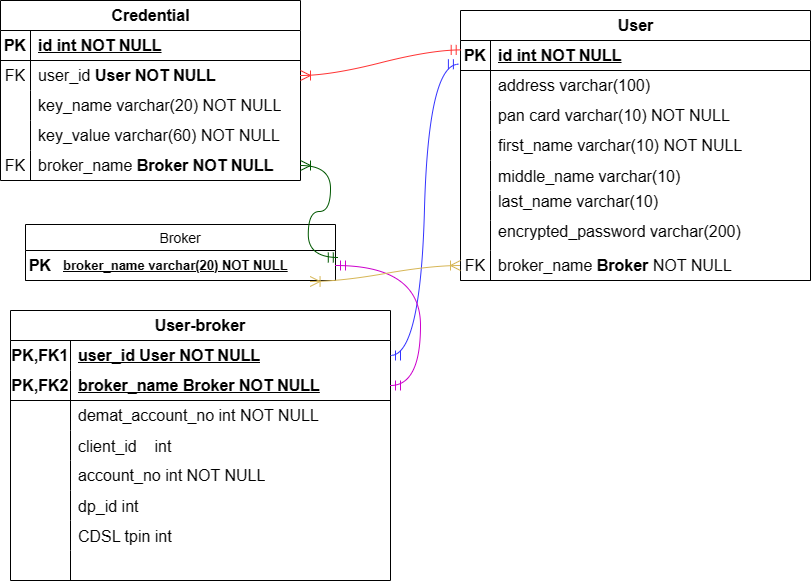
Earlier version of the draw.io export trading and logging schema design.drawio.png (ak7550/traddingAndLogging). Source tidied: cells renumbered, new cells last; positions are measured from the earlier drawing's top-left corner, leaving out a move shared by most shapes.
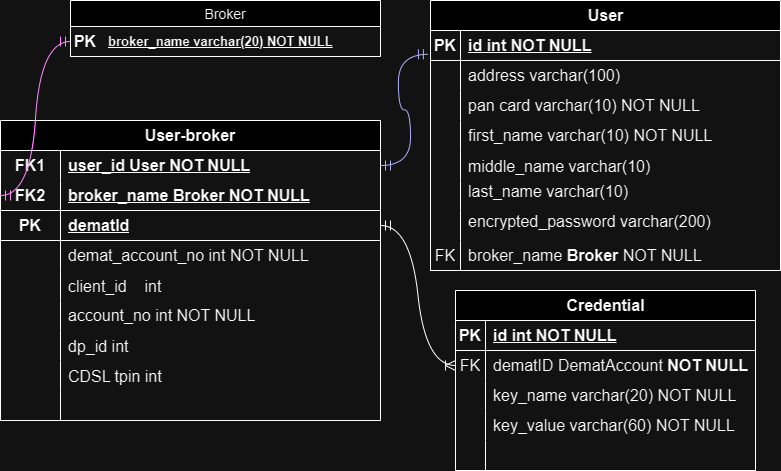
Later version of the same file.

What changed in the source:
```diff
@@ -78,7 +78,7 @@
       <mxGeometry x="30" width="320" height="30" as="geometry" />
     </mxCell>
     <mxCell id="27" value="Broker" style="swimlane;fontStyle=0;horizontal=1;startSize=26;align=center;fontSize=14;" parent="1" vertex="1">
-      <mxGeometry x="25" y="224" width="310" height="56" as="geometry" />
+      <mxGeometry x="100" y="10" width="310" height="56" as="geometry" />
     </mxCell>
     <mxCell id="28" style="shape=table;startSize=0;rowLines=0;fontStyle=0;align=center;strokeColor=none;fillColor=none;fontSize=16;" parent="27" vertex="1">
       <mxGeometry y="26" width="310" height="30" as="geometry" />
@@ -93,7 +93,7 @@
       <mxGeometry x="30" width="280" height="30" as="geometry" />
     </mxCell>
     <mxCell id="32" value="Credential" style="shape=table;startSize=30;rowLines=0;fontStyle=1;align=center;html=1;fontSize=16;" parent="1" vertex="1">
-      <mxGeometry width="300" height="180" as="geometry" />
+      <mxGeometry x="485" y="300" width="300" height="180" as="geometry" />
     </mxCell>
     <mxCell id="33" style="shape=tableRow;horizontal=0;startSize=0;swimlaneHead=0;swimlaneBody=0;fillColor=none;top=0;left=0;right=0;bottom=1;fontSize=16;" parent="32" vertex="1">
       <mxGeometry y="30" width="300" height="30" as="geometry" />
@@ -110,7 +110,7 @@
     <mxCell id="37" value="FK" style="shape=partialRectangle;fillColor=none;top=0;left=0;bottom=0;right=0;fontStyle=0;overflow=hidden;whiteSpace=wrap;html=1;fontSize=16;" parent="36" vertex="1">
       <mxGeometry width="30" height="30" as="geometry" />
     </mxCell>
-    <mxCell id="38" value="user_id &lt;b&gt;User NOT NULL&lt;/b&gt;" style="shape=partialRectangle;fillColor=none;top=0;left=0;bottom=0;right=0;align=left;spacingLeft=6;fontStyle=0;overflow=hidden;whiteSpace=wrap;html=1;fontSize=16;" parent="36" vertex="1">
+    <mxCell id="38" value="dematID DematAccount&amp;nbsp;&lt;b&gt;NOT NULL&lt;/b&gt;" style="shape=partialRectangle;fillColor=none;top=0;left=0;bottom=0;right=0;align=left;spacingLeft=6;fontStyle=0;overflow=hidden;whiteSpace=wrap;html=1;fontSize=16;" parent="36" vertex="1">
       <mxGeometry x="30" width="270" height="30" as="geometry" />
     </mxCell>
     <mxCell id="39" style="shape=tableRow;horizontal=0;startSize=0;swimlaneHead=0;swimlaneBody=0;fillColor=none;top=0;left=0;right=0;bottom=0;fontSize=16;" parent="32" vertex="1">
@@ -134,30 +134,19 @@
     <mxCell id="45" style="shape=tableRow;horizontal=0;startSize=0;swimlaneHead=0;swimlaneBody=0;fillColor=none;points=[[0,0.5],[1,0.5]];portConstraint=eastwest;top=0;left=0;right=0;bottom=0;fontSize=16;" parent="32" vertex="1">
       <mxGeometry y="150" width="300" height="30" as="geometry" />
     </mxCell>
-    <mxCell id="46" value="FK" style="shape=partialRectangle;fillColor=none;top=0;left=0;bottom=0;right=0;fontStyle=0;overflow=hidden;whiteSpace=wrap;html=1;fontSize=16;" parent="45" vertex="1">
+    <mxCell id="46" style="shape=partialRectangle;fillColor=none;top=0;left=0;bottom=0;right=0;fontStyle=0;overflow=hidden;whiteSpace=wrap;html=1;fontSize=16;" parent="45" vertex="1">
       <mxGeometry width="30" height="30" as="geometry" />
     </mxCell>
-    <mxCell id="47" value="broker_name &lt;b&gt;Broker NOT NULL&lt;/b&gt;" style="shape=partialRectangle;fillColor=none;top=0;left=0;bottom=0;right=0;align=left;spacingLeft=6;fontStyle=0;overflow=hidden;whiteSpace=wrap;html=1;fontSize=16;" parent="45" vertex="1">
+    <mxCell id="47" style="shape=partialRectangle;fillColor=none;top=0;left=0;bottom=0;right=0;align=left;spacingLeft=6;fontStyle=0;overflow=hidden;whiteSpace=wrap;html=1;fontSize=16;" parent="45" vertex="1">
       <mxGeometry x="30" width="270" height="30" as="geometry" />
     </mxCell>
-    <mxCell id="48" style="edgeStyle=entityRelationEdgeStyle;fontSize=12;html=1;endArrow=ERoneToMany;startArrow=ERmandOne;rounded=0;startSize=8;endSize=8;curved=1;exitX=1.009;exitY=0.233;exitDx=0;exitDy=0;exitPerimeter=0;strokeColor=#005700;fillColor=#008a00;" parent="1" edge="1" source="29" target="45">
-      <mxGeometry relative="1" as="geometry">
-        <Array as="points">
-          <mxPoint x="350" y="260" />
-          <mxPoint x="350" y="230" />
-        </Array>
-      </mxGeometry>
-    </mxCell>
-    <mxCell id="49" style="edgeStyle=entityRelationEdgeStyle;fontSize=12;html=1;endArrow=ERoneToMany;startArrow=ERmandOne;rounded=0;startSize=8;endSize=8;curved=1;exitX=0.002;exitY=0.313;exitDx=0;exitDy=0;exitPerimeter=0;fontColor=#FF3333;strokeColor=#FF3333;" parent="1" edge="1" source="3" target="36">
-      <mxGeometry relative="1" as="geometry" />
-    </mxCell>
     <mxCell id="50" value="User-broker" style="shape=table;startSize=30;rowLines=0;fontStyle=1;align=center;html=1;whiteSpace=wrap;fontSize=16;" parent="1" vertex="1">
-      <mxGeometry x="10" y="310" width="380" height="270" as="geometry" />
+      <mxGeometry x="30" y="130" width="380" height="300" as="geometry" />
     </mxCell>
     <mxCell id="51" style="shape=tableRow;horizontal=0;startSize=0;swimlaneHead=0;swimlaneBody=0;fillColor=none;points=[[0,0.5],[1,0.5]];portConstraint=eastwest;top=0;left=0;right=0;bottom=0;html=1;fontSize=16;" parent="50" vertex="1">
       <mxGeometry y="30" width="380" height="30" as="geometry" />
     </mxCell>
-    <mxCell id="52" value="PK,FK1" style="shape=partialRectangle;fillColor=none;top=0;left=0;bottom=0;right=0;fontStyle=1;overflow=hidden;html=1;whiteSpace=wrap;fontSize=16;" parent="51" vertex="1">
+    <mxCell id="52" value="FK1" style="shape=partialRectangle;fillColor=none;top=0;left=0;bottom=0;right=0;fontStyle=1;overflow=hidden;html=1;whiteSpace=wrap;fontSize=16;" parent="51" vertex="1">
       <mxGeometry width="60" height="30" as="geometry" />
     </mxCell>
     <mxCell id="53" value="user_id User NOT NULL" style="shape=partialRectangle;fillColor=none;top=0;left=0;bottom=0;right=0;align=left;spacingLeft=6;fontStyle=5;overflow=hidden;html=1;whiteSpace=wrap;fontSize=16;" parent="51" vertex="1">
@@ -166,14 +155,23 @@
     <mxCell id="54" style="shape=tableRow;horizontal=0;startSize=0;swimlaneHead=0;swimlaneBody=0;fillColor=none;points=[[0,0.5],[1,0.5]];portConstraint=eastwest;top=0;left=0;right=0;bottom=1;html=1;fontSize=16;" parent="50" vertex="1">
       <mxGeometry y="60" width="380" height="30" as="geometry" />
     </mxCell>
-    <mxCell id="55" value="PK,FK2" style="shape=partialRectangle;fillColor=none;top=0;left=0;bottom=0;right=0;fontStyle=1;overflow=hidden;html=1;whiteSpace=wrap;fontSize=16;" parent="54" vertex="1">
+    <mxCell id="55" value="FK2" style="shape=partialRectangle;fillColor=none;top=0;left=0;bottom=0;right=0;fontStyle=1;overflow=hidden;html=1;whiteSpace=wrap;fontSize=16;" parent="54" vertex="1">
       <mxGeometry width="60" height="30" as="geometry" />
     </mxCell>
     <mxCell id="56" value="broker_name Broker NOT NULL" style="shape=partialRectangle;fillColor=none;top=0;left=0;bottom=0;right=0;align=left;spacingLeft=6;fontStyle=5;overflow=hidden;html=1;whiteSpace=wrap;fontSize=16;" parent="54" vertex="1">
       <mxGeometry x="60" width="320" height="30" as="geometry" />
     </mxCell>
+    <mxCell id="79" style="shape=tableRow;horizontal=0;startSize=0;swimlaneHead=0;swimlaneBody=0;fillColor=none;points=[[0,0.5],[1,0.5]];portConstraint=eastwest;top=0;left=0;right=0;bottom=1;fontSize=16;" parent="50" vertex="1">
+      <mxGeometry y="90" width="380" height="30" as="geometry" />
+    </mxCell>
+    <mxCell id="80" value="PK" style="shape=partialRectangle;fillColor=none;top=0;left=0;bottom=0;right=0;fontStyle=1;overflow=hidden;whiteSpace=wrap;html=1;fontSize=16;" parent="79" vertex="1">
+      <mxGeometry width="60" height="30" as="geometry" />
+    </mxCell>
+    <mxCell id="81" value="dematId" style="shape=partialRectangle;fillColor=none;top=0;left=0;bottom=0;right=0;align=left;spacingLeft=6;fontStyle=5;overflow=hidden;whiteSpace=wrap;html=1;fontSize=16;" parent="79" vertex="1">
+      <mxGeometry x="60" width="320" height="30" as="geometry" />
+    </mxCell>
     <mxCell id="57" style="shape=tableRow;horizontal=0;startSize=0;swimlaneHead=0;swimlaneBody=0;fillColor=none;top=0;left=0;right=0;bottom=0;html=1;fontSize=16;" parent="50" vertex="1">
-      <mxGeometry y="90" width="380" height="30" as="geometry" />
+      <mxGeometry y="120" width="380" height="30" as="geometry" />
     </mxCell>
     <mxCell id="58" style="shape=partialRectangle;fillColor=none;top=0;left=0;bottom=0;right=0;overflow=hidden;html=1;whiteSpace=wrap;fontSize=16;" parent="57" vertex="1">
       <mxGeometry width="60" height="30" as="geometry" />
@@ -182,7 +180,7 @@
       <mxGeometry x="60" width="320" height="30" as="geometry" />
     </mxCell>
     <mxCell id="60" style="shape=tableRow;horizontal=0;startSize=0;swimlaneHead=0;swimlaneBody=0;fillColor=none;top=0;left=0;right=0;bottom=0;fontSize=16;" parent="50" vertex="1">
-      <mxGeometry y="120" width="380" height="30" as="geometry" />
+      <mxGeometry y="150" width="380" height="30" as="geometry" />
     </mxCell>
     <mxCell id="61" style="shape=partialRectangle;fillColor=none;top=0;left=0;bottom=0;right=0;overflow=hidden;fontSize=16;" parent="60" vertex="1">
       <mxGeometry width="60" height="30" as="geometry" />
@@ -191,7 +189,7 @@
       <mxGeometry x="60" width="320" height="30" as="geometry" />
     </mxCell>
     <mxCell id="63" style="shape=tableRow;horizontal=0;startSize=0;swimlaneHead=0;swimlaneBody=0;fillColor=none;top=0;left=0;right=0;bottom=0;html=1;fontSize=16;" parent="50" vertex="1">
-      <mxGeometry y="150" width="380" height="30" as="geometry" />
+      <mxGeometry y="180" width="380" height="30" as="geometry" />
     </mxCell>
     <mxCell id="64" style="shape=partialRectangle;fillColor=none;top=0;left=0;bottom=0;right=0;overflow=hidden;html=1;whiteSpace=wrap;fontSize=16;" parent="63" vertex="1">
       <mxGeometry width="60" height="30" as="geometry" />
@@ -200,7 +198,7 @@
       <mxGeometry x="60" width="320" height="30" as="geometry" />
     </mxCell>
     <mxCell id="66" style="shape=tableRow;horizontal=0;startSize=0;swimlaneHead=0;swimlaneBody=0;fillColor=none;top=0;left=0;right=0;bottom=0;fontSize=16;" parent="50" vertex="1">
-      <mxGeometry y="180" width="380" height="30" as="geometry" />
+      <mxGeometry y="210" width="380" height="30" as="geometry" />
     </mxCell>
     <mxCell id="67" style="shape=partialRectangle;fillColor=none;top=0;left=0;bottom=0;right=0;overflow=hidden;fontSize=16;" parent="66" vertex="1">
       <mxGeometry width="60" height="30" as="geometry" />
@@ -209,7 +207,7 @@
       <mxGeometry x="60" width="320" height="30" as="geometry" />
     </mxCell>
     <mxCell id="69" style="shape=tableRow;horizontal=0;startSize=0;swimlaneHead=0;swimlaneBody=0;fillColor=none;top=0;left=0;right=0;bottom=0;fontSize=16;" parent="50" vertex="1">
-      <mxGeometry y="210" width="380" height="30" as="geometry" />
+      <mxGeometry y="240" width="380" height="30" as="geometry" />
     </mxCell>
     <mxCell id="70" style="shape=partialRectangle;fillColor=none;top=0;left=0;bottom=0;right=0;overflow=hidden;fontSize=16;" parent="69" vertex="1">
       <mxGeometry width="60" height="30" as="geometry" />
@@ -218,7 +216,7 @@
       <mxGeometry x="60" width="320" height="30" as="geometry" />
     </mxCell>
     <mxCell id="72" style="shape=tableRow;horizontal=0;startSize=0;swimlaneHead=0;swimlaneBody=0;fillColor=none;top=0;left=0;right=0;bottom=0;fontSize=16;" parent="50" vertex="1">
-      <mxGeometry y="240" width="380" height="30" as="geometry" />
+      <mxGeometry y="270" width="380" height="30" as="geometry" />
     </mxCell>
     <mxCell id="73" style="shape=partialRectangle;fillColor=none;top=0;left=0;bottom=0;right=0;overflow=hidden;fontSize=16;" parent="72" vertex="1">
       <mxGeometry width="60" height="30" as="geometry" />
@@ -229,14 +227,20 @@
     <mxCell id="75" style="edgeStyle=entityRelationEdgeStyle;fontSize=12;html=1;endArrow=ERmandOne;startArrow=ERmandOne;rounded=0;startSize=8;endSize=8;curved=1;entryX=-0.006;entryY=0.793;entryDx=0;entryDy=0;entryPerimeter=0;strokeColor=#3333FF;" parent="1" edge="1" source="51" target="3">
       <mxGeometry relative="1" as="geometry" />
     </mxCell>
-    <mxCell id="76" style="edgeStyle=entityRelationEdgeStyle;fontSize=12;html=1;endArrow=ERmandOne;startArrow=ERmandOne;rounded=0;startSize=8;endSize=8;curved=1;exitX=1;exitY=0.5;exitDx=0;exitDy=0;strokeColor=#CC00CC;" parent="1" edge="1" source="29" target="54">
-      <mxGeometry relative="1" as="geometry" />
+    <mxCell id="76" style="edgeStyle=entityRelationEdgeStyle;fontSize=12;html=1;endArrow=ERmandOne;startArrow=ERmandOne;rounded=0;startSize=8;endSize=8;curved=1;exitX=0;exitY=0.5;exitDx=0;exitDy=0;strokeColor=#CC00CC;entryX=0;entryY=0.5;entryDx=0;entryDy=0;" parent="1" edge="1" source="29" target="54">
+      <mxGeometry relative="1" as="geometry">
+        <Array as="points">
+          <mxPoint x="20" y="150" />
+          <mxPoint x="50" y="160" />
+          <mxPoint x="65" y="187" />
+        </Array>
+      </mxGeometry>
     </mxCell>
     <mxCell id="77" style="shape=tableRow;horizontal=0;startSize=0;swimlaneHead=0;swimlaneBody=0;fillColor=none;top=0;left=0;right=0;bottom=1;fontSize=16;" parent="1" vertex="1">
       <mxGeometry x="460" y="250" width="350" height="30" as="geometry" />
     </mxCell>
-    <mxCell id="78" style="edgeStyle=entityRelationEdgeStyle;fontSize=12;html=1;endArrow=ERoneToMany;startArrow=ERoneToMany;rounded=0;startSize=8;endSize=8;curved=1;exitX=0.918;exitY=1.033;exitDx=0;exitDy=0;exitPerimeter=0;fillColor=#fff2cc;strokeColor=#d6b656;" parent="1" edge="1" source="29" target="24">
-      <mxGeometry relative="1" as="geometry" />
-    </mxCell>
+    <mxCell id="82" style="edgeStyle=entityRelationEdgeStyle;fontSize=12;html=1;endArrow=ERoneToMany;startArrow=ERmandOne;rounded=0;startSize=8;endSize=8;curved=1;entryX=0;entryY=0.5;entryDx=0;entryDy=0;exitX=1;exitY=0.5;exitDx=0;exitDy=0;" parent="1" edge="1" source="79" target="36">
+      <mxGeometry relative="1" as="geometry" />
+    </mxCell>
   </root>
 </mxGraphModel>
```
